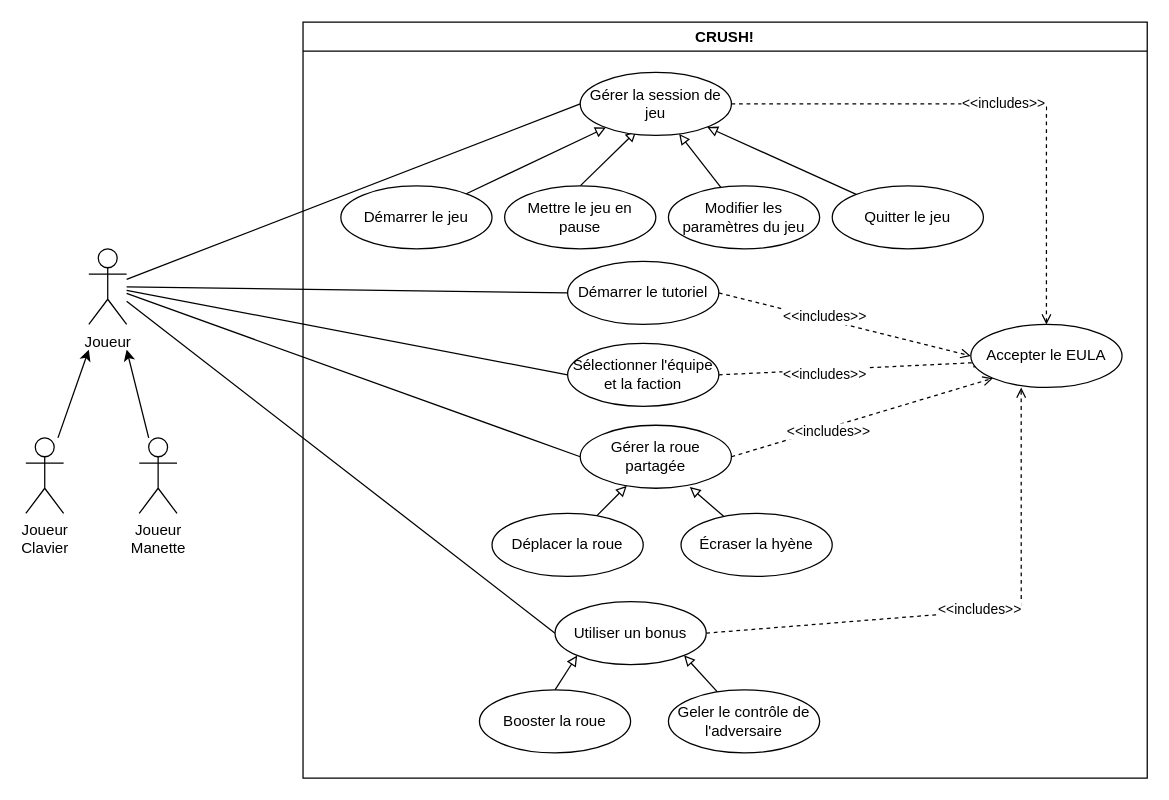
Above: UseCaseDiagram.drawio in nsy115-11404f/modelisation (draw.io), before the change. Source tidied: cells renumbered, new cells numbered last; positions are measured from the earlier drawing's top-left corner, leaving out a move shared by most shapes. Both pictures are drawn from the tidied source at 126%, with x=0, y=0 at pixel (25, 21).
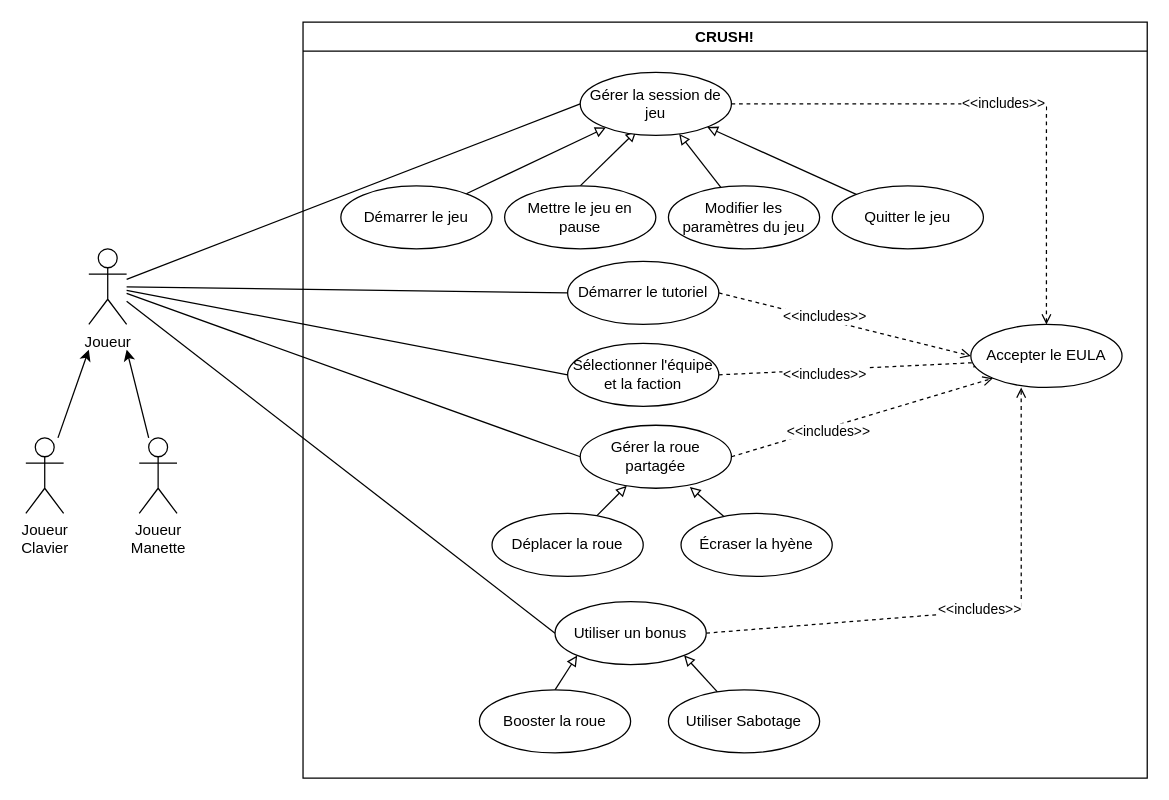
The same diagram, later.

Unchanged cells that the change refers to:
```xml
<mxCell id="8" value="CRUSH!" style="swimlane;whiteSpace=wrap;html=1;" parent="1" vertex="1">
  <mxGeometry x="220" width="670" height="600" as="geometry" />
</mxCell>
```

Diff of the diagram source:
```diff
@@
-    <mxCell id="15" value="Geler le contrôle de l'adversaire" style="ellipse;whiteSpace=wrap;html=1;" parent="8" vertex="1">
+    <mxCell id="15" value="Utiliser Sabotage" style="ellipse;whiteSpace=wrap;html=1;" parent="8" vertex="1">
       <mxGeometry x="290" y="530" width="120" height="50" as="geometry" />
     </mxCell>
```
